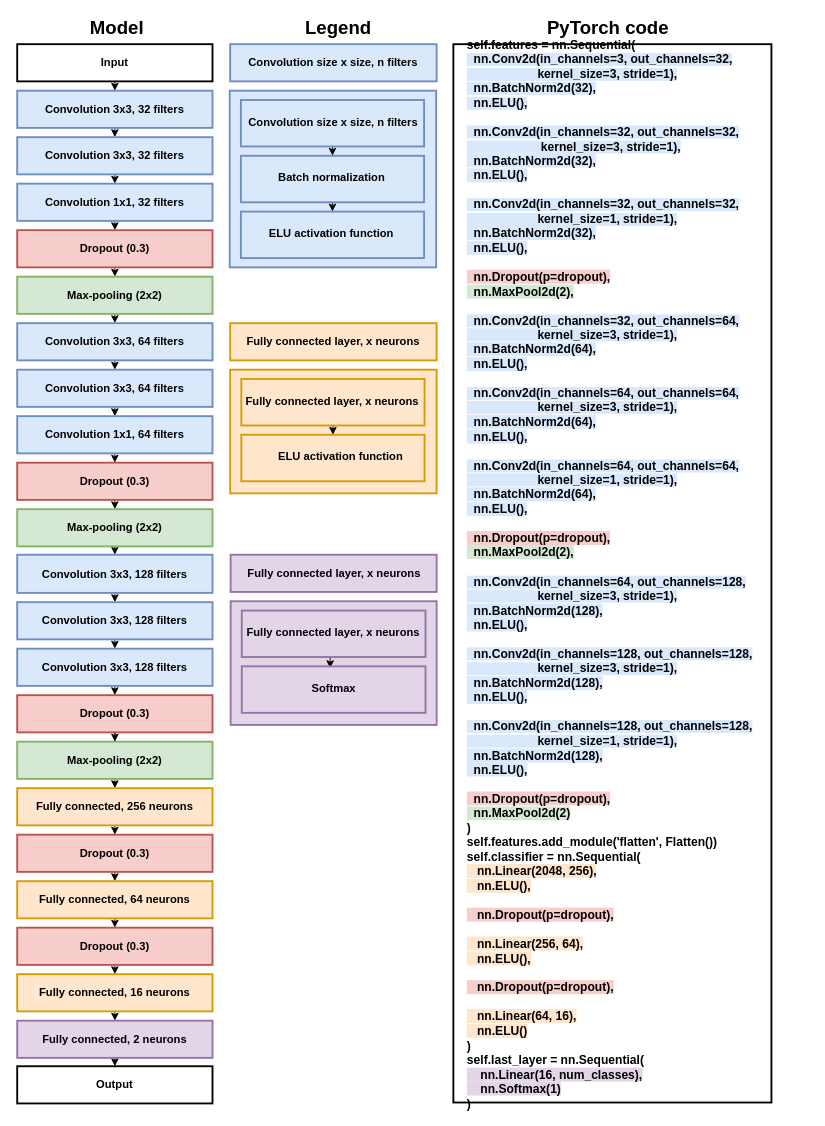
Above: Common/drawIo/paper_model_manual_code.drawio in clementju-jobinjo/thesis_template (draw.io), before the change. Source tidied: cells renumbered, new cells numbered last; positions are measured from the earlier drawing's top-left corner, leaving out a move shared by most shapes. Both pictures are drawn from the tidied source at 93%, with x=0, y=0 at pixel (17, 17).
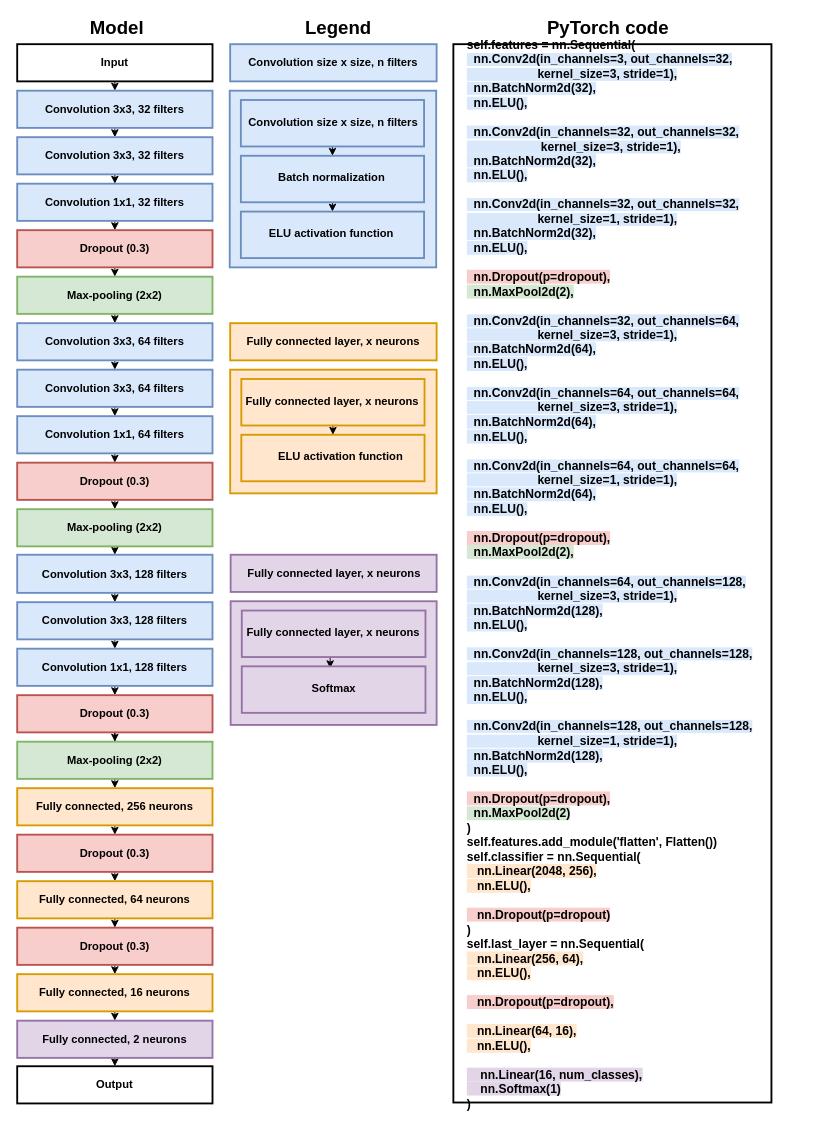
Above is the later version.

Commit message (it also covers changes not shown here):
Julien and Johan: change last layer on figure + correct mistake

The edit, as a diff of the source:
```diff
@@
-    <mxCell id="29" value="&lt;b&gt;Convolution 3x3, 128 filters&lt;/b&gt;" style="rounded=0;whiteSpace=wrap;html=1;strokeWidth=2;fillColor=#dae8fc;strokeColor=#6c8ebf;" parent="1" vertex="1">
+    <mxCell id="29" value="&lt;b&gt;Convolution 1x1, 128 filters&lt;/b&gt;" style="rounded=0;whiteSpace=wrap;html=1;strokeWidth=2;fillColor=#dae8fc;strokeColor=#6c8ebf;" parent="1" vertex="1">
       <mxGeometry y="679" width="210" height="40" as="geometry" />
     </mxCell>
@@
-    <mxCell id="74" value="&lt;font style=&quot;font-size: 13px&quot;&gt;&lt;b&gt;self.features = nn.Sequential(&lt;br&gt;&lt;/b&gt;&lt;/font&gt;&lt;div&gt;&lt;span style=&quot;background-color: rgb(218 , 232 , 252)&quot;&gt;&lt;font style=&quot;font-size: 13px&quot;&gt;&lt;b&gt;&amp;nbsp; nn.Conv2d(in_channels=3, out_channels=32,&lt;/b&gt;&lt;/font&gt;&lt;/span&gt;&lt;/div&gt;&lt;div&gt;&lt;span style=&quot;background-color: rgb(218 , 232 , 252)&quot;&gt;&lt;font style=&quot;font-size: 13px&quot;&gt;&lt;b&gt;&amp;nbsp; &amp;nbsp; &amp;nbsp;&amp;nbsp;&amp;nbsp;&amp;nbsp;&amp;nbsp;&amp;nbsp;&amp;nbsp;&amp;nbsp;&amp;nbsp;&amp;nbsp;&amp;nbsp;&amp;nbsp;&amp;nbsp;&amp;nbsp;&amp;nbsp;&amp;nbsp; kernel_size=3, stride=1),&lt;/b&gt;&lt;/font&gt;&lt;/span&gt;&lt;/div&gt;&lt;span style=&quot;background-color: rgb(218 , 232 , 252)&quot;&gt;&lt;font style=&quot;font-size: 13px&quot;&gt;&lt;b&gt;&amp;nbsp; nn.BatchNorm2d(32),&lt;br&gt;&lt;/b&gt;&lt;/font&gt;&lt;/span&gt;&lt;div&gt;&lt;span style=&quot;background-color: rgb(218 , 232 , 252)&quot;&gt;&lt;font style=&quot;font-size: 13px&quot;&gt;&lt;b&gt;&amp;nbsp; nn.ELU(),&lt;/b&gt;&lt;/font&gt;&lt;/span&gt;&lt;font style=&quot;font-size: 13px&quot;&gt;&lt;b&gt;&lt;br&gt;&lt;/b&gt;&lt;/font&gt;&lt;/div&gt;&lt;div&gt;&lt;font style=&quot;font-size: 13px&quot;&gt;&lt;b&gt;&amp;nbsp;&lt;/b&gt;&lt;/font&gt;&lt;/div&gt;&lt;div&gt;&lt;span style=&quot;background-color: rgb(218 , 232 , 252)&quot;&gt;&lt;font style=&quot;font-size: 13px&quot;&gt;&lt;b&gt;&amp;nbsp; nn.Conv2d(in_channels=32, out_channels=32, &lt;/b&gt;&lt;/font&gt;&lt;/span&gt;&lt;/div&gt;&lt;div&gt;&lt;span style=&quot;background-color: rgb(218 , 232 , 252)&quot;&gt;&lt;font style=&quot;font-size: 13px&quot;&gt;&lt;b&gt;&amp;nbsp;&amp;nbsp;&amp;nbsp;&amp;nbsp;&amp;nbsp;&amp;nbsp;&amp;nbsp;&amp;nbsp;&amp;nbsp;&amp;nbsp;&amp;nbsp;&amp;nbsp;&amp;nbsp;&amp;nbsp;&amp;nbsp;&amp;nbsp;&amp;nbsp;&amp;nbsp;&amp;nbsp;&amp;nbsp;&amp;nbsp; kernel_size=3, stride=1),&lt;/b&gt;&lt;/font&gt;&lt;/span&gt;&lt;/div&gt;&lt;font style=&quot;font-size: 13px&quot;&gt;&lt;b&gt;&lt;span style=&quot;background-color: rgb(218 , 232 , 252)&quot;&gt;&amp;nbsp; nn.BatchNorm2d(32),&lt;br&gt;&amp;nbsp; nn.ELU(),&lt;/span&gt;&lt;br&gt;&lt;br&gt;&lt;/b&gt;&lt;/font&gt;&lt;div&gt;&lt;span style=&quot;background-color: rgb(218 , 232 , 252)&quot;&gt;&lt;font style=&quot;font-size: 13px&quot;&gt;&lt;b&gt;&amp;nbsp; nn.Conv2d(in_channels=32, out_channels=32, &lt;br&gt;&lt;/b&gt;&lt;/font&gt;&lt;/span&gt;&lt;/div&gt;&lt;div&gt;&lt;span style=&quot;background-color: rgb(218 , 232 , 252)&quot;&gt;&lt;font style=&quot;font-size: 13px&quot;&gt;&lt;b&gt;&amp;nbsp;&amp;nbsp;&amp;nbsp;&amp;nbsp;&amp;nbsp;&amp;nbsp;&amp;nbsp;&amp;nbsp;&amp;nbsp;&amp;nbsp;&amp;nbsp;&amp;nbsp;&amp;nbsp;&amp;nbsp;&amp;nbsp;&amp;nbsp;&amp;nbsp;&amp;nbsp;&amp;nbsp;&amp;nbsp; kernel_size=1, stride=1),&lt;/b&gt;&lt;/font&gt;&lt;/span&gt;&lt;/div&gt;&lt;font style=&quot;font-size: 13px&quot;&gt;&lt;b&gt;&lt;span style=&quot;background-color: rgb(218 , 232 , 252)&quot;&gt;&amp;nbsp; nn.BatchNorm2d(32),&lt;br&gt;&amp;nbsp; nn.ELU(),&lt;/span&gt;&lt;br&gt;&lt;br&gt;&lt;span style=&quot;background-color: rgb(248 , 206 , 204)&quot;&gt;&amp;nbsp; nn.Dropout(p=dropout),&lt;/span&gt;&lt;br&gt;&lt;span style=&quot;background-color: rgb(213 , 232 , 212)&quot;&gt;&amp;nbsp; nn.MaxPool2d(2),&lt;/span&gt;&lt;br&gt;&lt;br&gt;&lt;/b&gt;&lt;/font&gt;&lt;div&gt;&lt;span style=&quot;background-color: rgb(218 , 232 , 252)&quot;&gt;&lt;font style=&quot;font-size: 13px&quot;&gt;&lt;b&gt;&amp;nbsp; nn.Conv2d(in_channels=32, out_channels=64, &lt;br&gt;&lt;/b&gt;&lt;/font&gt;&lt;/span&gt;&lt;/div&gt;&lt;div&gt;&lt;span style=&quot;background-color: rgb(218 , 232 , 252)&quot;&gt;&lt;font style=&quot;font-size: 13px&quot;&gt;&lt;b&gt;&amp;nbsp;&amp;nbsp;&amp;nbsp;&amp;nbsp;&amp;nbsp;&amp;nbsp;&amp;nbsp;&amp;nbsp;&amp;nbsp;&amp;nbsp;&amp;nbsp;&amp;nbsp;&amp;nbsp;&amp;nbsp;&amp;nbsp;&amp;nbsp;&amp;nbsp;&amp;nbsp;&amp;nbsp;&amp;nbsp; kernel_size=3, stride=1),&lt;/b&gt;&lt;/font&gt;&lt;/span&gt;&lt;/div&gt;&lt;font style=&quot;font-size: 13px&quot;&gt;&lt;b&gt;&lt;span style=&quot;background-color: rgb(218 , 232 , 252)&quot;&gt;&amp;nbsp; nn.BatchNorm2d(64),&lt;br&gt;&amp;nbsp; nn.ELU(),&lt;/span&gt;&lt;br&gt;&lt;br&gt;&lt;/b&gt;&lt;/font&gt;&lt;div&gt;&lt;span style=&quot;background-color: rgb(218 , 232 , 252)&quot;&gt;&lt;font style=&quot;font-size: 13px&quot;&gt;&lt;b&gt;&amp;nbsp; nn.Conv2d(in_channels=64, out_channels=64, &lt;br&gt;&lt;/b&gt;&lt;/font&gt;&lt;/span&gt;&lt;/div&gt;&lt;div&gt;&lt;span style=&quot;background-color: rgb(218 , 232 , 252)&quot;&gt;&lt;font style=&quot;font-size: 13px&quot;&gt;&lt;b&gt;&amp;nbsp;&amp;nbsp;&amp;nbsp;&amp;nbsp;&amp;nbsp;&amp;nbsp;&amp;nbsp;&amp;nbsp;&amp;nbsp;&amp;nbsp;&amp;nbsp;&amp;nbsp;&amp;nbsp;&amp;nbsp;&amp;nbsp;&amp;nbsp;&amp;nbsp;&amp;nbsp;&amp;nbsp;&amp;nbsp; kernel_size=3, stride=1),&lt;/b&gt;&lt;/font&gt;&lt;/span&gt;&lt;/div&gt;&lt;font style=&quot;font-size: 13px&quot;&gt;&lt;b&gt;&lt;span style=&quot;background-color: rgb(218 , 232 , 252)&quot;&gt;&amp;nbsp; nn.BatchNorm2d(64),&lt;br&gt;&amp;nbsp; nn.ELU(),&lt;/span&gt;&lt;br&gt;&lt;br&gt;&lt;/b&gt;&lt;/font&gt;&lt;div&gt;&lt;span style=&quot;background-color: rgb(218 , 232 , 252)&quot;&gt;&lt;font style=&quot;font-size: 13px&quot;&gt;&lt;b&gt;&amp;nbsp; nn.Conv2d(in_channels=64, out_channels=64, &lt;br&gt;&lt;/b&gt;&lt;/font&gt;&lt;/span&gt;&lt;/div&gt;&lt;div&gt;&lt;span style=&quot;background-color: rgb(218 , 232 , 252)&quot;&gt;&lt;font style=&quot;font-size: 13px&quot;&gt;&lt;b&gt;&amp;nbsp;&amp;nbsp;&amp;nbsp;&amp;nbsp;&amp;nbsp;&amp;nbsp;&amp;nbsp;&amp;nbsp;&amp;nbsp;&amp;nbsp;&amp;nbsp;&amp;nbsp;&amp;nbsp;&amp;nbsp;&amp;nbsp;&amp;nbsp;&amp;nbsp;&amp;nbsp;&amp;nbsp;&amp;nbsp; kernel_size=1, stride=1),&lt;/b&gt;&lt;/font&gt;&lt;/span&gt;&lt;/div&gt;&lt;font style=&quot;font-size: 13px&quot;&gt;&lt;b&gt;&lt;span style=&quot;background-color: rgb(218 , 232 , 252)&quot;&gt;&amp;nbsp; nn.BatchNorm2d(64),&lt;br&gt;&amp;nbsp; nn.ELU(),&lt;/span&gt;&lt;br&gt;&lt;br&gt;&lt;span style=&quot;background-color: rgb(248 , 206 , 204)&quot;&gt;&amp;nbsp; nn.Dropout(p=dropout),&lt;/span&gt;&lt;br&gt;&lt;span style=&quot;background-color: rgb(213 , 232 , 212)&quot;&gt;&amp;nbsp; nn.MaxPool2d(2),&lt;/span&gt;&lt;br&gt;&lt;br&gt;&lt;/b&gt;&lt;/font&gt;&lt;div&gt;&lt;span style=&quot;background-color: rgb(218 , 232 , 252)&quot;&gt;&lt;font style=&quot;font-size: 13px&quot;&gt;&lt;b&gt;&amp;nbsp; nn.Conv2d(in_channels=64, out_channels=128, &lt;br&gt;&lt;/b&gt;&lt;/font&gt;&lt;/span&gt;&lt;/div&gt;&lt;div&gt;&lt;span style=&quot;background-color: rgb(218 , 232 , 252)&quot;&gt;&lt;font style=&quot;font-size: 13px&quot;&gt;&lt;b&gt;&amp;nbsp; &amp;nbsp; &amp;nbsp; &amp;nbsp; &amp;nbsp; &amp;nbsp; &amp;nbsp; &amp;nbsp; &amp;nbsp;&amp;nbsp;&amp;nbsp;&amp;nbsp; kernel_size=3, stride=1),&lt;/b&gt;&lt;/font&gt;&lt;/span&gt;&lt;/div&gt;&lt;font style=&quot;font-size: 13px&quot;&gt;&lt;b&gt;&lt;span style=&quot;background-color: rgb(218 , 232 , 252)&quot;&gt;&amp;nbsp; nn.BatchNorm2d(128),&lt;br&gt;&amp;nbsp; nn.ELU(),&lt;/span&gt;&lt;br&gt;&lt;br&gt;&lt;/b&gt;&lt;/font&gt;&lt;div&gt;&lt;span style=&quot;background-color: rgb(218 , 232 , 252)&quot;&gt;&lt;font style=&quot;font-size: 13px&quot;&gt;&lt;b&gt;&amp;nbsp; nn.Conv2d(in_channels=128, out_channels=128, &lt;br&gt;&lt;/b&gt;&lt;/font&gt;&lt;/span&gt;&lt;/div&gt;&lt;div&gt;&lt;span style=&quot;background-color: rgb(218 , 232 , 252)&quot;&gt;&lt;font style=&quot;font-size: 13px&quot;&gt;&lt;b&gt;&amp;nbsp;&amp;nbsp;&amp;nbsp;&amp;nbsp;&amp;nbsp;&amp;nbsp;&amp;nbsp;&amp;nbsp;&amp;nbsp;&amp;nbsp;&amp;nbsp;&amp;nbsp;&amp;nbsp;&amp;nbsp;&amp;nbsp;&amp;nbsp;&amp;nbsp;&amp;nbsp;&amp;nbsp;&amp;nbsp; kernel_size=3, stride=1),&lt;/b&gt;&lt;/font&gt;&lt;/span&gt;&lt;/div&gt;&lt;font style=&quot;font-size: 13px&quot;&gt;&lt;b&gt;&lt;span style=&quot;background-color: rgb(218 , 232 , 252)&quot;&gt;&amp;nbsp; nn.BatchNorm2d(128),&lt;br&gt;&amp;nbsp; nn.ELU(),&lt;/span&gt;&lt;br&gt;&lt;br&gt;&lt;/b&gt;&lt;/font&gt;&lt;div&gt;&lt;span style=&quot;background-color: rgb(218 , 232 , 252)&quot;&gt;&lt;font style=&quot;font-size: 13px&quot;&gt;&lt;b&gt;&amp;nbsp; nn.Conv2d(in_channels=128, out_channels=128, &lt;br&gt;&lt;/b&gt;&lt;/font&gt;&lt;/span&gt;&lt;/div&gt;&lt;div&gt;&lt;span style=&quot;background-color: rgb(218 , 232 , 252)&quot;&gt;&lt;font style=&quot;font-size: 13px&quot;&gt;&lt;b&gt;&amp;nbsp;&amp;nbsp;&amp;nbsp;&amp;nbsp;&amp;nbsp;&amp;nbsp;&amp;nbsp;&amp;nbsp;&amp;nbsp;&amp;nbsp;&amp;nbsp;&amp;nbsp;&amp;nbsp;&amp;nbsp;&amp;nbsp;&amp;nbsp;&amp;nbsp;&amp;nbsp;&amp;nbsp;&amp;nbsp; kernel_size=1, stride=1),&lt;/b&gt;&lt;/font&gt;&lt;/span&gt;&lt;/div&gt;&lt;font style=&quot;font-size: 13px&quot;&gt;&lt;b&gt;&lt;span style=&quot;background-color: rgb(218 , 232 , 252)&quot;&gt;&amp;nbsp; nn.BatchNorm2d(128),&lt;br&gt;&amp;nbsp; nn.ELU(),&lt;/span&gt;&lt;br&gt;&lt;br&gt;&lt;span style=&quot;background-color: rgb(248 , 206 , 204)&quot;&gt;&amp;nbsp; nn.Dropout(p=dropout),&lt;/span&gt;&lt;br&gt;&lt;span style=&quot;background-color: rgb(213 , 232 , 212)&quot;&gt;&amp;nbsp; nn.MaxPool2d(2)&lt;/span&gt;&lt;br&gt;)&lt;br&gt;self.features.add_module('flatten', Flatten())&lt;br&gt;self.classifier = nn.Sequential(&lt;br&gt;&lt;span style=&quot;background-color: rgb(255 , 230 , 204)&quot;&gt;&amp;nbsp;&amp;nbsp; nn.Linear(2048, 256),&lt;br&gt;&amp;nbsp;&amp;nbsp; nn.ELU(),&lt;/span&gt;&lt;br&gt;&lt;br&gt;&lt;span style=&quot;background-color: rgb(248 , 206 , 204)&quot;&gt;&amp;nbsp;&amp;nbsp; nn.Dropout(p=dropout),&lt;/span&gt;&lt;br&gt;&lt;br&gt;&lt;span style=&quot;background-color: rgb(255 , 230 , 204)&quot;&gt;&amp;nbsp;&amp;nbsp; nn.Linear(256, 64),&lt;br&gt;&amp;nbsp;&amp;nbsp; nn.ELU(),&lt;/span&gt;&lt;br&gt;&lt;br&gt;&lt;span style=&quot;background-color: rgb(248 , 206 , 204)&quot;&gt;&amp;nbsp;&amp;nbsp; nn.Dropout(p=dropout),&lt;/span&gt;&lt;br&gt;&lt;br&gt;&lt;span style=&quot;background-color: rgb(255 , 230 , 204)&quot;&gt;&amp;nbsp;&amp;nbsp; nn.Linear(64, 16),&lt;/span&gt;&lt;br&gt;&lt;span style=&quot;background-color: rgb(255 , 230 , 204)&quot;&gt;&amp;nbsp;&amp;nbsp; nn.ELU()&lt;br&gt;&lt;/span&gt;)&lt;br&gt;self.last_layer = nn.Sequential(&lt;br&gt;&lt;span style=&quot;background-color: rgb(225 , 213 , 231)&quot;&gt;&amp;nbsp;&amp;nbsp;&amp;nbsp; nn.Linear(16, num_classes),&lt;/span&gt;&lt;br&gt;&lt;span style=&quot;background-color: rgb(225 , 213 , 231)&quot;&gt;&amp;nbsp;&amp;nbsp;&amp;nbsp; nn.Softmax(1)&lt;br&gt;&lt;/span&gt;)&lt;br&gt;&lt;/b&gt;&lt;/font&gt;" style="text;html=1;strokeColor=none;fillColor=none;align=left;verticalAlign=middle;whiteSpace=wrap;rounded=0;" parent="1" vertex="1">
+    <mxCell id="74" value="&lt;font style=&quot;font-size: 13px&quot;&gt;&lt;b&gt;self.features = nn.Sequential(&lt;br&gt;&lt;/b&gt;&lt;/font&gt;&lt;div&gt;&lt;span style=&quot;background-color: rgb(218 , 232 , 252)&quot;&gt;&lt;font style=&quot;font-size: 13px&quot;&gt;&lt;b&gt;&amp;nbsp; nn.Conv2d(in_channels=3, out_channels=32,&lt;/b&gt;&lt;/font&gt;&lt;/span&gt;&lt;/div&gt;&lt;div&gt;&lt;span style=&quot;background-color: rgb(218 , 232 , 252)&quot;&gt;&lt;font style=&quot;font-size: 13px&quot;&gt;&lt;b&gt;&amp;nbsp; &amp;nbsp; &amp;nbsp;&amp;nbsp;&amp;nbsp;&amp;nbsp;&amp;nbsp;&amp;nbsp;&amp;nbsp;&amp;nbsp;&amp;nbsp;&amp;nbsp;&amp;nbsp;&amp;nbsp;&amp;nbsp;&amp;nbsp;&amp;nbsp;&amp;nbsp; kernel_size=3, stride=1),&lt;/b&gt;&lt;/font&gt;&lt;/span&gt;&lt;/div&gt;&lt;span style=&quot;background-color: rgb(218 , 232 , 252)&quot;&gt;&lt;font style=&quot;font-size: 13px&quot;&gt;&lt;b&gt;&amp;nbsp; nn.BatchNorm2d(32),&lt;br&gt;&lt;/b&gt;&lt;/font&gt;&lt;/span&gt;&lt;div&gt;&lt;span style=&quot;background-color: rgb(218 , 232 , 252)&quot;&gt;&lt;font style=&quot;font-size: 13px&quot;&gt;&lt;b&gt;&amp;nbsp; nn.ELU(),&lt;/b&gt;&lt;/font&gt;&lt;/span&gt;&lt;font style=&quot;font-size: 13px&quot;&gt;&lt;b&gt;&lt;br&gt;&lt;/b&gt;&lt;/font&gt;&lt;/div&gt;&lt;div&gt;&lt;font style=&quot;font-size: 13px&quot;&gt;&lt;b&gt;&amp;nbsp;&lt;/b&gt;&lt;/font&gt;&lt;/div&gt;&lt;div&gt;&lt;span style=&quot;background-color: rgb(218 , 232 , 252)&quot;&gt;&lt;font style=&quot;font-size: 13px&quot;&gt;&lt;b&gt;&amp;nbsp; nn.Conv2d(in_channels=32, out_channels=32, &lt;/b&gt;&lt;/font&gt;&lt;/span&gt;&lt;/div&gt;&lt;div&gt;&lt;span style=&quot;background-color: rgb(218 , 232 , 252)&quot;&gt;&lt;font style=&quot;font-size: 13px&quot;&gt;&lt;b&gt;&amp;nbsp;&amp;nbsp;&amp;nbsp;&amp;nbsp;&amp;nbsp;&amp;nbsp;&amp;nbsp;&amp;nbsp;&amp;nbsp;&amp;nbsp;&amp;nbsp;&amp;nbsp;&amp;nbsp;&amp;nbsp;&amp;nbsp;&amp;nbsp;&amp;nbsp;&amp;nbsp;&amp;nbsp;&amp;nbsp;&amp;nbsp; kernel_size=3, stride=1),&lt;/b&gt;&lt;/font&gt;&lt;/span&gt;&lt;/div&gt;&lt;font style=&quot;font-size: 13px&quot;&gt;&lt;b&gt;&lt;span style=&quot;background-color: rgb(218 , 232 , 252)&quot;&gt;&amp;nbsp; nn.BatchNorm2d(32),&lt;br&gt;&amp;nbsp; nn.ELU(),&lt;/span&gt;&lt;br&gt;&lt;br&gt;&lt;/b&gt;&lt;/font&gt;&lt;div&gt;&lt;span style=&quot;background-color: rgb(218 , 232 , 252)&quot;&gt;&lt;font style=&quot;font-size: 13px&quot;&gt;&lt;b&gt;&amp;nbsp; nn.Conv2d(in_channels=32, out_channels=32, &lt;br&gt;&lt;/b&gt;&lt;/font&gt;&lt;/span&gt;&lt;/div&gt;&lt;div&gt;&lt;span style=&quot;background-color: rgb(218 , 232 , 252)&quot;&gt;&lt;font style=&quot;font-size: 13px&quot;&gt;&lt;b&gt;&amp;nbsp;&amp;nbsp;&amp;nbsp;&amp;nbsp;&amp;nbsp;&amp;nbsp;&amp;nbsp;&amp;nbsp;&amp;nbsp;&amp;nbsp;&amp;nbsp;&amp;nbsp;&amp;nbsp;&amp;nbsp;&amp;nbsp;&amp;nbsp;&amp;nbsp;&amp;nbsp;&amp;nbsp;&amp;nbsp; kernel_size=1, stride=1),&lt;/b&gt;&lt;/font&gt;&lt;/span&gt;&lt;/div&gt;&lt;font style=&quot;font-size: 13px&quot;&gt;&lt;b&gt;&lt;span style=&quot;background-color: rgb(218 , 232 , 252)&quot;&gt;&amp;nbsp; nn.BatchNorm2d(32),&lt;br&gt;&amp;nbsp; nn.ELU(),&lt;/span&gt;&lt;br&gt;&lt;br&gt;&lt;span style=&quot;background-color: rgb(248 , 206 , 204)&quot;&gt;&amp;nbsp; nn.Dropout(p=dropout),&lt;/span&gt;&lt;br&gt;&lt;span style=&quot;background-color: rgb(213 , 232 , 212)&quot;&gt;&amp;nbsp; nn.MaxPool2d(2),&lt;/span&gt;&lt;br&gt;&lt;br&gt;&lt;/b&gt;&lt;/font&gt;&lt;div&gt;&lt;span style=&quot;background-color: rgb(218 , 232 , 252)&quot;&gt;&lt;font style=&quot;font-size: 13px&quot;&gt;&lt;b&gt;&amp;nbsp; nn.Conv2d(in_channels=32, out_channels=64, &lt;br&gt;&lt;/b&gt;&lt;/font&gt;&lt;/span&gt;&lt;/div&gt;&lt;div&gt;&lt;span style=&quot;background-color: rgb(218 , 232 , 252)&quot;&gt;&lt;font style=&quot;font-size: 13px&quot;&gt;&lt;b&gt;&amp;nbsp;&amp;nbsp;&amp;nbsp;&amp;nbsp;&amp;nbsp;&amp;nbsp;&amp;nbsp;&amp;nbsp;&amp;nbsp;&amp;nbsp;&amp;nbsp;&amp;nbsp;&amp;nbsp;&amp;nbsp;&amp;nbsp;&amp;nbsp;&amp;nbsp;&amp;nbsp;&amp;nbsp;&amp;nbsp; kernel_size=3, stride=1),&lt;/b&gt;&lt;/font&gt;&lt;/span&gt;&lt;/div&gt;&lt;font style=&quot;font-size: 13px&quot;&gt;&lt;b&gt;&lt;span style=&quot;background-color: rgb(218 , 232 , 252)&quot;&gt;&amp;nbsp; nn.BatchNorm2d(64),&lt;br&gt;&amp;nbsp; nn.ELU(),&lt;/span&gt;&lt;br&gt;&lt;br&gt;&lt;/b&gt;&lt;/font&gt;&lt;div&gt;&lt;span style=&quot;background-color: rgb(218 , 232 , 252)&quot;&gt;&lt;font style=&quot;font-size: 13px&quot;&gt;&lt;b&gt;&amp;nbsp; nn.Conv2d(in_channels=64, out_channels=64, &lt;br&gt;&lt;/b&gt;&lt;/font&gt;&lt;/span&gt;&lt;/div&gt;&lt;div&gt;&lt;span style=&quot;background-color: rgb(218 , 232 , 252)&quot;&gt;&lt;font style=&quot;font-size: 13px&quot;&gt;&lt;b&gt;&amp;nbsp;&amp;nbsp;&amp;nbsp;&amp;nbsp;&amp;nbsp;&amp;nbsp;&amp;nbsp;&amp;nbsp;&amp;nbsp;&amp;nbsp;&amp;nbsp;&amp;nbsp;&amp;nbsp;&amp;nbsp;&amp;nbsp;&amp;nbsp;&amp;nbsp;&amp;nbsp;&amp;nbsp;&amp;nbsp; kernel_size=3, stride=1),&lt;/b&gt;&lt;/font&gt;&lt;/span&gt;&lt;/div&gt;&lt;font style=&quot;font-size: 13px&quot;&gt;&lt;b&gt;&lt;span style=&quot;background-color: rgb(218 , 232 , 252)&quot;&gt;&amp;nbsp; nn.BatchNorm2d(64),&lt;br&gt;&amp;nbsp; nn.ELU(),&lt;/span&gt;&lt;br&gt;&lt;br&gt;&lt;/b&gt;&lt;/font&gt;&lt;div&gt;&lt;span style=&quot;background-color: rgb(218 , 232 , 252)&quot;&gt;&lt;font style=&quot;font-size: 13px&quot;&gt;&lt;b&gt;&amp;nbsp; nn.Conv2d(in_channels=64, out_channels=64, &lt;br&gt;&lt;/b&gt;&lt;/font&gt;&lt;/span&gt;&lt;/div&gt;&lt;div&gt;&lt;span style=&quot;background-color: rgb(218 , 232 , 252)&quot;&gt;&lt;font style=&quot;font-size: 13px&quot;&gt;&lt;b&gt;&amp;nbsp;&amp;nbsp;&amp;nbsp;&amp;nbsp;&amp;nbsp;&amp;nbsp;&amp;nbsp;&amp;nbsp;&amp;nbsp;&amp;nbsp;&amp;nbsp;&amp;nbsp;&amp;nbsp;&amp;nbsp;&amp;nbsp;&amp;nbsp;&amp;nbsp;&amp;nbsp;&amp;nbsp;&amp;nbsp; kernel_size=1, stride=1),&lt;/b&gt;&lt;/font&gt;&lt;/span&gt;&lt;/div&gt;&lt;font style=&quot;font-size: 13px&quot;&gt;&lt;b&gt;&lt;span style=&quot;background-color: rgb(218 , 232 , 252)&quot;&gt;&amp;nbsp; nn.BatchNorm2d(64),&lt;br&gt;&amp;nbsp; nn.ELU(),&lt;/span&gt;&lt;br&gt;&lt;br&gt;&lt;span style=&quot;background-color: rgb(248 , 206 , 204)&quot;&gt;&amp;nbsp; nn.Dropout(p=dropout),&lt;/span&gt;&lt;br&gt;&lt;span style=&quot;background-color: rgb(213 , 232 , 212)&quot;&gt;&amp;nbsp; nn.MaxPool2d(2),&lt;/span&gt;&lt;br&gt;&lt;br&gt;&lt;/b&gt;&lt;/font&gt;&lt;div&gt;&lt;span style=&quot;background-color: rgb(218 , 232 , 252)&quot;&gt;&lt;font style=&quot;font-size: 13px&quot;&gt;&lt;b&gt;&amp;nbsp; nn.Conv2d(in_channels=64, out_channels=128, &lt;br&gt;&lt;/b&gt;&lt;/font&gt;&lt;/span&gt;&lt;/div&gt;&lt;div&gt;&lt;span style=&quot;background-color: rgb(218 , 232 , 252)&quot;&gt;&lt;font style=&quot;font-size: 13px&quot;&gt;&lt;b&gt;&amp;nbsp; &amp;nbsp; &amp;nbsp; &amp;nbsp; &amp;nbsp; &amp;nbsp; &amp;nbsp; &amp;nbsp; &amp;nbsp;&amp;nbsp;&amp;nbsp;&amp;nbsp; kernel_size=3, stride=1),&lt;/b&gt;&lt;/font&gt;&lt;/span&gt;&lt;/div&gt;&lt;font style=&quot;font-size: 13px&quot;&gt;&lt;b&gt;&lt;span style=&quot;background-color: rgb(218 , 232 , 252)&quot;&gt;&amp;nbsp; nn.BatchNorm2d(128),&lt;br&gt;&amp;nbsp; nn.ELU(),&lt;/span&gt;&lt;br&gt;&lt;br&gt;&lt;/b&gt;&lt;/font&gt;&lt;div&gt;&lt;span style=&quot;background-color: rgb(218 , 232 , 252)&quot;&gt;&lt;font style=&quot;font-size: 13px&quot;&gt;&lt;b&gt;&amp;nbsp; nn.Conv2d(in_channels=128, out_channels=128, &lt;br&gt;&lt;/b&gt;&lt;/font&gt;&lt;/span&gt;&lt;/div&gt;&lt;div&gt;&lt;span style=&quot;background-color: rgb(218 , 232 , 252)&quot;&gt;&lt;font style=&quot;font-size: 13px&quot;&gt;&lt;b&gt;&amp;nbsp;&amp;nbsp;&amp;nbsp;&amp;nbsp;&amp;nbsp;&amp;nbsp;&amp;nbsp;&amp;nbsp;&amp;nbsp;&amp;nbsp;&amp;nbsp;&amp;nbsp;&amp;nbsp;&amp;nbsp;&amp;nbsp;&amp;nbsp;&amp;nbsp;&amp;nbsp;&amp;nbsp;&amp;nbsp; kernel_size=3, stride=1),&lt;/b&gt;&lt;/font&gt;&lt;/span&gt;&lt;/div&gt;&lt;font style=&quot;font-size: 13px&quot;&gt;&lt;b&gt;&lt;span style=&quot;background-color: rgb(218 , 232 , 252)&quot;&gt;&amp;nbsp; nn.BatchNorm2d(128),&lt;br&gt;&amp;nbsp; nn.ELU(),&lt;/span&gt;&lt;br&gt;&lt;br&gt;&lt;/b&gt;&lt;/font&gt;&lt;div&gt;&lt;span style=&quot;background-color: rgb(218 , 232 , 252)&quot;&gt;&lt;font style=&quot;font-size: 13px&quot;&gt;&lt;b&gt;&amp;nbsp; nn.Conv2d(in_channels=128, out_channels=128, &lt;br&gt;&lt;/b&gt;&lt;/font&gt;&lt;/span&gt;&lt;/div&gt;&lt;div&gt;&lt;span style=&quot;background-color: rgb(218 , 232 , 252)&quot;&gt;&lt;font style=&quot;font-size: 13px&quot;&gt;&lt;b&gt;&amp;nbsp;&amp;nbsp;&amp;nbsp;&amp;nbsp;&amp;nbsp;&amp;nbsp;&amp;nbsp;&amp;nbsp;&amp;nbsp;&amp;nbsp;&amp;nbsp;&amp;nbsp;&amp;nbsp;&amp;nbsp;&amp;nbsp;&amp;nbsp;&amp;nbsp;&amp;nbsp;&amp;nbsp;&amp;nbsp; kernel_size=1, stride=1),&lt;/b&gt;&lt;/font&gt;&lt;/span&gt;&lt;/div&gt;&lt;font style=&quot;font-size: 13px&quot;&gt;&lt;b&gt;&lt;span style=&quot;background-color: rgb(218 , 232 , 252)&quot;&gt;&amp;nbsp; nn.BatchNorm2d(128),&lt;br&gt;&amp;nbsp; nn.ELU(),&lt;/span&gt;&lt;br&gt;&lt;br&gt;&lt;span style=&quot;background-color: rgb(248 , 206 , 204)&quot;&gt;&amp;nbsp; nn.Dropout(p=dropout),&lt;/span&gt;&lt;br&gt;&lt;span style=&quot;background-color: rgb(213 , 232 , 212)&quot;&gt;&amp;nbsp; nn.MaxPool2d(2)&lt;/span&gt;&lt;br&gt;)&lt;br&gt;self.features.add_module('flatten', Flatten())&lt;br&gt;self.classifier = nn.Sequential(&lt;br&gt;&lt;span style=&quot;background-color: rgb(255 , 230 , 204)&quot;&gt;&amp;nbsp;&amp;nbsp; nn.Linear(2048, 256),&lt;br&gt;&amp;nbsp;&amp;nbsp; nn.ELU(),&lt;/span&gt;&lt;br&gt;&lt;br&gt;&lt;span style=&quot;background-color: rgb(248 , 206 , 204)&quot;&gt;&amp;nbsp;&amp;nbsp; nn.Dropout(p=dropout)&lt;br&gt;&lt;/span&gt;)&lt;br&gt;&lt;/b&gt;&lt;b&gt;self.last_layer = nn.Sequential(&lt;/b&gt;&lt;b&gt;&lt;br&gt;&lt;span style=&quot;background-color: rgb(255 , 230 , 204)&quot;&gt;&amp;nbsp;&amp;nbsp; nn.Linear(256, 64),&lt;br&gt;&amp;nbsp;&amp;nbsp; nn.ELU(),&lt;/span&gt;&lt;br&gt;&lt;br&gt;&lt;span style=&quot;background-color: rgb(248 , 206 , 204)&quot;&gt;&amp;nbsp;&amp;nbsp; nn.Dropout(p=dropout),&lt;/span&gt;&lt;br&gt;&lt;br&gt;&lt;span style=&quot;background-color: rgb(255 , 230 , 204)&quot;&gt;&amp;nbsp;&amp;nbsp; nn.Linear(64, 16),&lt;/span&gt;&lt;br&gt;&lt;span style=&quot;background-color: rgb(255 , 230 , 204)&quot;&gt;&amp;nbsp;&amp;nbsp; nn.ELU(),&lt;/span&gt;&lt;br&gt;&lt;br&gt;&lt;span style=&quot;background-color: rgb(225 , 213 , 231)&quot;&gt;&amp;nbsp;&amp;nbsp;&amp;nbsp; nn.Linear(16, num_classes),&lt;/span&gt;&lt;br&gt;&lt;span style=&quot;background-color: rgb(225 , 213 , 231)&quot;&gt;&amp;nbsp;&amp;nbsp;&amp;nbsp; nn.Softmax(1)&lt;br&gt;&lt;/span&gt;)&lt;br&gt;&lt;/b&gt;&lt;/font&gt;" style="text;html=1;strokeColor=none;fillColor=none;align=left;verticalAlign=middle;whiteSpace=wrap;rounded=0;" parent="1" vertex="1">
       <mxGeometry x="482" y="29" width="370" height="1139" as="geometry" />
     </mxCell>
```
